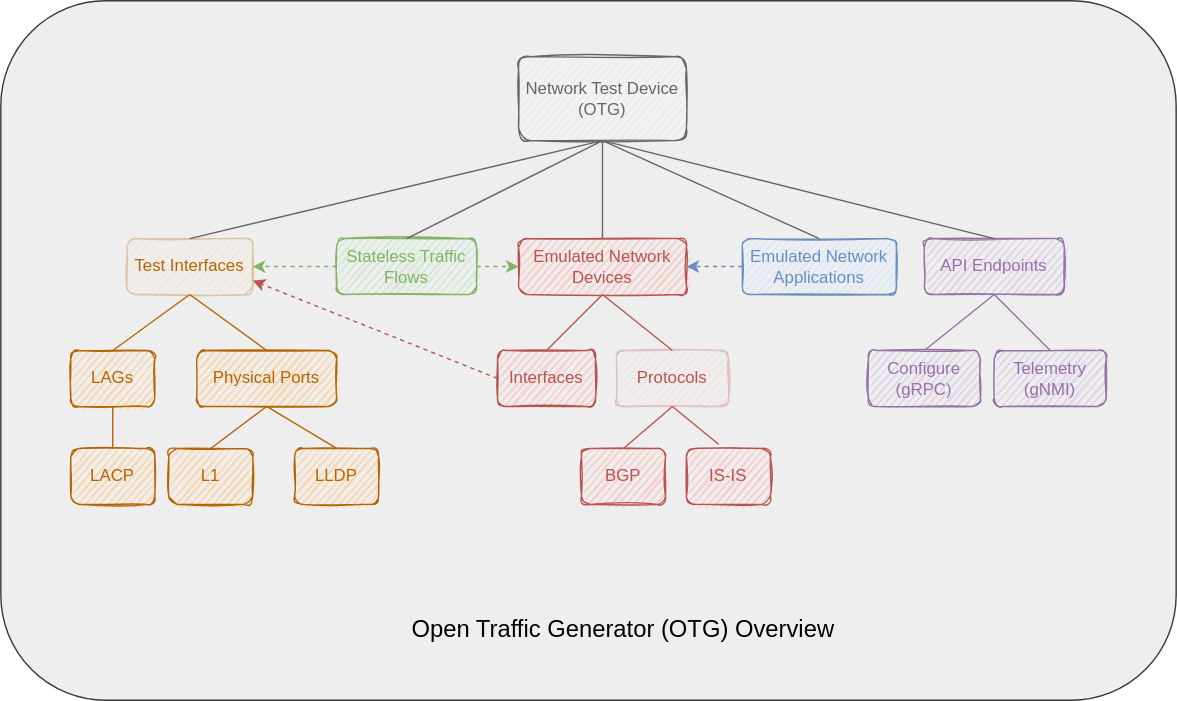
open-traffic-generator/models keeps this draw.io diagram as docs/overview.drawio.svg. Above is the earlier version. Source tidied: cells renumbered, new cells last; positions are measured from the earlier drawing's top-left corner, leaving out a move shared by most shapes.
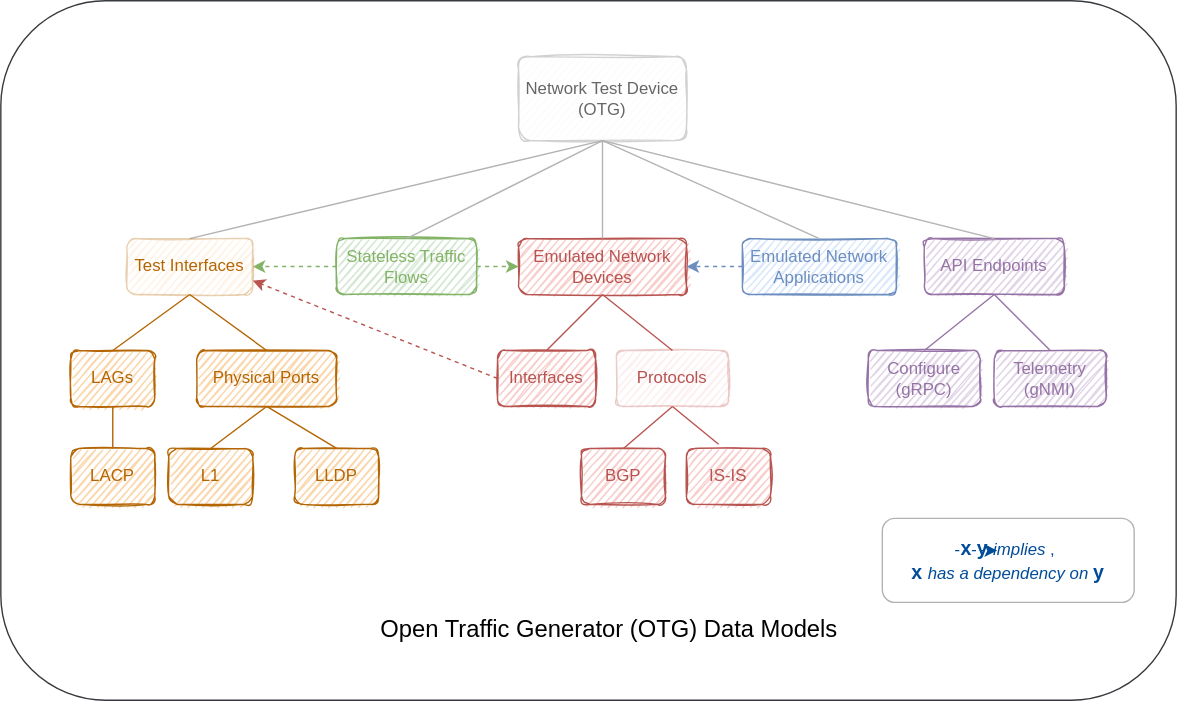
After the change.

The edit, as a diff of the source:
```diff
@@ -2,10 +2,10 @@
   <root>
     <mxCell id="0" />
     <mxCell id="1" parent="0" />
-    <mxCell id="2" style="rounded=1;whiteSpace=wrap;html=1;fillColor=#eeeeee;strokeColor=#36393d;" parent="1" vertex="1">
+    <mxCell id="2" style="rounded=1;whiteSpace=wrap;html=1;fillColor=#FFFFFF;strokeColor=#36393d;" parent="1" vertex="1">
       <mxGeometry width="840" height="500" as="geometry" />
     </mxCell>
-    <mxCell id="3" value="&lt;font color=&quot;#666666&quot;&gt;Network Test Device (OTG)&lt;/font&gt;" style="rounded=1;whiteSpace=wrap;html=1;fillColor=#f5f5f5;strokeColor=#666666;sketch=1;fontColor=#333333;" parent="1" vertex="1">
+    <mxCell id="3" value="&lt;font color=&quot;#666666&quot;&gt;Network Test Device (OTG)&lt;/font&gt;" style="rounded=1;whiteSpace=wrap;html=1;fillColor=#f5f5f5;strokeColor=#666666;sketch=1;fontColor=#333333;opacity=30;" parent="1" vertex="1">
       <mxGeometry x="370" y="40" width="120" height="60" as="geometry" />
     </mxCell>
     <mxCell id="4" value="&lt;font color=&quot;#b46504&quot;&gt;Physical Ports&lt;br&gt;&lt;/font&gt;" style="rounded=1;whiteSpace=wrap;html=1;fillColor=#fad7ac;strokeColor=#b46504;sketch=1;" parent="1" vertex="1">
@@ -41,16 +41,16 @@
     <mxCell id="14" value="&lt;font color=&quot;#82b366&quot;&gt;Stateless Traffic&lt;br&gt;Flows&lt;br&gt;&lt;/font&gt;" style="rounded=1;whiteSpace=wrap;html=1;fillColor=#d5e8d4;strokeColor=#82b366;sketch=1;" parent="1" vertex="1">
       <mxGeometry x="240" y="170" width="100" height="40" as="geometry" />
     </mxCell>
-    <mxCell id="15" style="endArrow=none;html=1;fontColor=#82B366;strokeColor=#666666;entryX=0.5;entryY=1;entryDx=0;entryDy=0;exitX=0.5;exitY=0;exitDx=0;exitDy=0;" parent="1" edge="1" source="14" target="3">
+    <mxCell id="15" style="endArrow=none;html=1;fontColor=#82B366;strokeColor=#B3B3B3;entryX=0.5;entryY=1;entryDx=0;entryDy=0;exitX=0.5;exitY=0;exitDx=0;exitDy=0;" parent="1" edge="1" source="14" target="3">
       <mxGeometry relative="1" as="geometry" />
     </mxCell>
-    <mxCell id="16" style="endArrow=none;html=1;fontColor=#82B366;strokeColor=#666666;entryX=0.5;entryY=1;entryDx=0;entryDy=0;exitX=0.5;exitY=0;exitDx=0;exitDy=0;" parent="1" edge="1" source="38" target="3">
+    <mxCell id="16" style="endArrow=none;html=1;fontColor=#82B366;strokeColor=#B3B3B3;entryX=0.5;entryY=1;entryDx=0;entryDy=0;exitX=0.5;exitY=0;exitDx=0;exitDy=0;" parent="1" edge="1" source="38" target="3">
       <mxGeometry relative="1" as="geometry" />
     </mxCell>
-    <mxCell id="17" style="endArrow=none;html=1;fontColor=#82B366;strokeColor=#666666;entryX=0.5;entryY=1;entryDx=0;entryDy=0;exitX=0.5;exitY=0;exitDx=0;exitDy=0;" parent="1" edge="1" source="6" target="3">
+    <mxCell id="17" style="endArrow=none;html=1;fontColor=#82B366;strokeColor=#B3B3B3;entryX=0.5;entryY=1;entryDx=0;entryDy=0;exitX=0.5;exitY=0;exitDx=0;exitDy=0;" parent="1" edge="1" source="6" target="3">
       <mxGeometry relative="1" as="geometry" />
     </mxCell>
-    <mxCell id="18" style="endArrow=none;html=1;fontColor=#82B366;strokeColor=#666666;entryX=0.5;entryY=1;entryDx=0;entryDy=0;exitX=0.5;exitY=0;exitDx=0;exitDy=0;" parent="1" edge="1" source="7" target="3">
+    <mxCell id="18" style="endArrow=none;html=1;fontColor=#82B366;strokeColor=#B3B3B3;entryX=0.5;entryY=1;entryDx=0;entryDy=0;exitX=0.5;exitY=0;exitDx=0;exitDy=0;" parent="1" edge="1" source="7" target="3">
       <mxGeometry relative="1" as="geometry" />
     </mxCell>
     <mxCell id="19" style="endArrow=none;html=1;fontColor=#82B366;strokeColor=#B46504;entryX=0.5;entryY=1;entryDx=0;entryDy=0;exitX=0.5;exitY=0;exitDx=0;exitDy=0;" parent="1" edge="1" source="8" target="4">
@@ -83,8 +83,8 @@
     <mxCell id="28" style="endArrow=none;html=1;fontColor=#82B366;strokeColor=#B85450;entryX=0.383;entryY=-0.075;entryDx=0;entryDy=0;exitX=0.5;exitY=1;exitDx=0;exitDy=0;entryPerimeter=0;" parent="1" edge="1" source="13" target="26">
       <mxGeometry relative="1" as="geometry" />
     </mxCell>
-    <mxCell id="29" value="&lt;font color=&quot;#000000&quot; style=&quot;font-size: 17px&quot;&gt;Open Traffic Generator (OTG) Overview&lt;/font&gt;" style="text;html=1;strokeColor=none;fillColor=none;align=center;verticalAlign=middle;whiteSpace=wrap;rounded=0;fontColor=#82B366;" parent="1" vertex="1">
-      <mxGeometry x="290" y="420" width="310" height="60" as="geometry" />
+    <mxCell id="29" value="&lt;font color=&quot;#000000&quot; style=&quot;font-size: 17px&quot;&gt;Open Traffic Generator (OTG) Data Models&lt;/font&gt;" style="text;html=1;strokeColor=none;fillColor=none;align=center;verticalAlign=middle;whiteSpace=wrap;rounded=0;fontColor=#82B366;" parent="1" vertex="1">
+      <mxGeometry x="270" y="420" width="330" height="60" as="geometry" />
     </mxCell>
     <mxCell id="30" style="endArrow=classic;html=1;exitX=1;exitY=0.5;exitDx=0;exitDy=0;strokeColor=#82B366;dashed=1;entryX=0;entryY=0.5;entryDx=0;entryDy=0;" parent="1" edge="1" source="14" target="6">
       <mxGeometry relative="1" as="geometry" />
@@ -101,7 +101,7 @@
     <mxCell id="34" style="endArrow=classic;html=1;exitX=0;exitY=0.5;exitDx=0;exitDy=0;strokeColor=#6C8EBF;dashed=1;entryX=1;entryY=0.5;entryDx=0;entryDy=0;" parent="1" edge="1" source="33" target="6">
       <mxGeometry relative="1" as="geometry" />
     </mxCell>
-    <mxCell id="35" style="endArrow=none;html=1;fontColor=#82B366;strokeColor=#666666;entryX=0.5;entryY=1;entryDx=0;entryDy=0;exitX=0.5;exitY=0;exitDx=0;exitDy=0;" parent="1" edge="1" source="33" target="3">
+    <mxCell id="35" style="endArrow=none;html=1;fontColor=#82B366;strokeColor=#B3B3B3;entryX=0.5;entryY=1;entryDx=0;entryDy=0;exitX=0.5;exitY=0;exitDx=0;exitDy=0;" parent="1" edge="1" source="33" target="3">
       <mxGeometry relative="1" as="geometry" />
     </mxCell>
     <mxCell id="36" style="endArrow=none;html=1;fontColor=#82B366;strokeColor=#B46504;entryX=0.5;entryY=1;entryDx=0;entryDy=0;exitX=0.5;exitY=0;exitDx=0;exitDy=0;" parent="1" edge="1" source="32" target="4">
@@ -119,5 +119,14 @@
     <mxCell id="40" style="endArrow=none;html=1;fontColor=#82B366;strokeColor=#B46504;entryX=0.5;entryY=1;entryDx=0;entryDy=0;exitX=0.5;exitY=0;exitDx=0;exitDy=0;" parent="1" edge="1" source="5" target="38">
       <mxGeometry relative="1" as="geometry" />
     </mxCell>
+    <mxCell id="41" value="&lt;font color=&quot;#004c99&quot;&gt;&lt;b style=&quot;font-size: 14px&quot;&gt;&lt;font style=&quot;font-size: 14px&quot;&gt;x&lt;/font&gt;&lt;span style=&quot;font-size: 13px&quot;&gt;&amp;nbsp; &amp;nbsp; &amp;nbsp; &amp;nbsp; &amp;nbsp; &amp;nbsp; &lt;/span&gt;&lt;font style=&quot;font-size: 14px&quot;&gt;y &lt;/font&gt;&lt;/b&gt;&lt;font style=&quot;font-size: 12px&quot;&gt;&lt;i&gt;implies&lt;/i&gt;,&lt;/font&gt;&lt;/font&gt;&lt;font color=&quot;#004c99&quot;&gt;&lt;span style=&quot;font-size: 14px&quot;&gt;&amp;nbsp;&lt;/span&gt;&lt;br&gt;&lt;b style=&quot;font-size: 14px&quot;&gt;x&lt;/b&gt; &lt;font style=&quot;font-style: italic ; font-size: 12px&quot;&gt;has a dependency on&lt;/font&gt; &lt;b style=&quot;font-size: 14px&quot;&gt;&lt;font style=&quot;font-size: 14px&quot;&gt;y&lt;/font&gt;&lt;/b&gt;&lt;/font&gt;" style="rounded=1;whiteSpace=wrap;html=1;opacity=30;fillColor=none;" parent="1" vertex="1">
+      <mxGeometry x="630" y="370" width="180" height="60" as="geometry" />
+    </mxCell>
+    <mxCell id="42" style="endArrow=classic;html=1;exitX=1;exitY=0.5;exitDx=0;exitDy=0;strokeColor=#004C99;dashed=1;entryX=0;entryY=0.5;entryDx=0;entryDy=0;" parent="1" edge="1">
+      <mxGeometry relative="1" as="geometry">
+        <mxPoint x="682" y="393" as="sourcePoint" />
+        <mxPoint x="712" y="393" as="targetPoint" />
+      </mxGeometry>
+    </mxCell>
   </root>
 </mxGraphModel>
```
